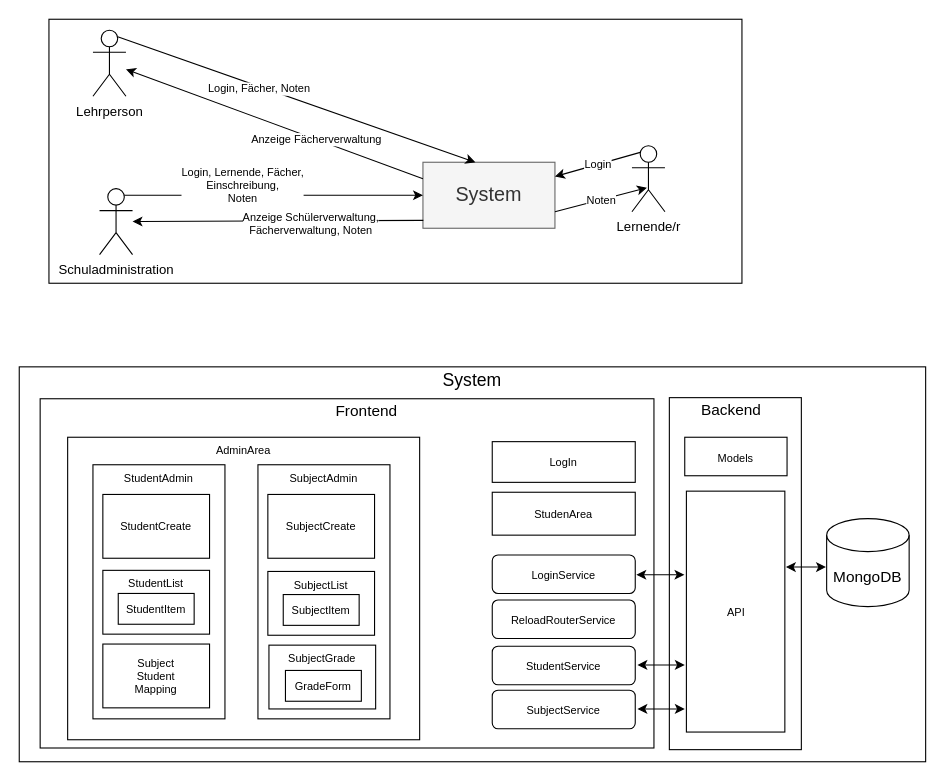
Before: Diagrams/arch_diagramme.drawio in GutManuel85/WEBLAB, a draw.io diagram. Source tidied: cells renumbered, new cells numbered last; positions are measured from the earlier drawing's top-left corner, leaving out a move shared by most shapes. Both pictures are drawn from the tidied source at 110%, with x=0, y=0 at pixel (19, 19).
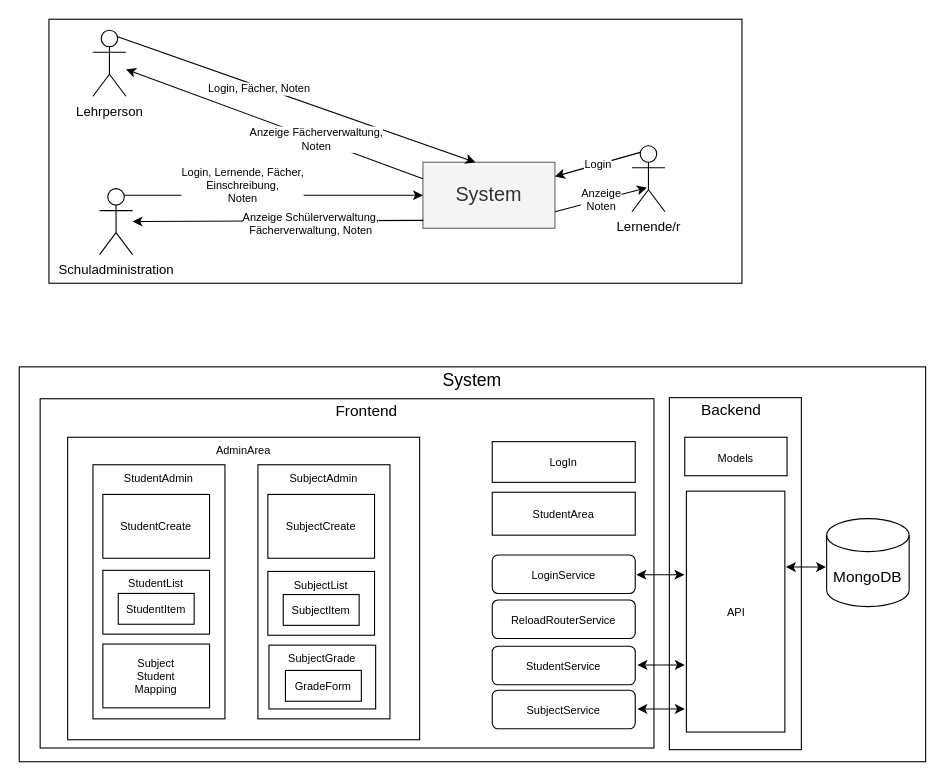
The same page after the edit.

The change refers to these unchanged cells:
```xml
<mxCell id="5" value="&lt;font style=&quot;font-size: 18px&quot;&gt;System&lt;/font&gt;" style="rounded=0;whiteSpace=wrap;html=1;fillColor=#f5f5f5;fontColor=#333333;strokeColor=#666666;" parent="1" vertex="1">
  <mxGeometry x="367" y="130" width="120" height="60" as="geometry" />
</mxCell>
<mxCell id="7" value="Lernende/r" style="shape=umlActor;verticalLabelPosition=bottom;verticalAlign=top;html=1;outlineConnect=0;" parent="1" vertex="1">
  <mxGeometry x="557" y="115" width="30" height="60" as="geometry" />
</mxCell>
<mxCell id="12" style="endArrow=classic;html=1;rounded=0;fontSize=10;exitX=0;exitY=0.25;exitDx=0;exitDy=0;" parent="1" edge="1" source="5" target="6">
  <mxGeometry relative="1" as="geometry" />
</mxCell>
```

What changed in the source:
```diff
@@
-    <mxCell id="13" value="Anzeige Fächerverwaltung" style="edgeLabel;html=1;align=center;verticalAlign=middle;fontSize=10;" parent="12" vertex="1">
+    <mxCell id="13" value="Anzeige Fächerverwaltung,&lt;br&gt;Noten" style="edgeLabel;html=1;align=center;verticalAlign=middle;fontSize=10;" parent="12" vertex="1">
       <mxGeometry x="-0.28" y="-1" relative="1" as="geometry" />
     </mxCell>
@@
-    <mxCell id="17" value="Noten" style="endArrow=classic;html=1;rounded=0;fontSize=10;exitX=1;exitY=0.75;exitDx=0;exitDy=0;entryX=0.453;entryY=0.637;entryDx=0;entryDy=0;entryPerimeter=0;" parent="1" edge="1" source="5" target="7">
+    <mxCell id="17" value="Anzeige &lt;br&gt;Noten" style="endArrow=classic;html=1;rounded=0;fontSize=10;exitX=1;exitY=0.75;exitDx=0;exitDy=0;entryX=0.453;entryY=0.637;entryDx=0;entryDy=0;entryPerimeter=0;" parent="1" edge="1" source="5" target="7">
       <mxGeometry relative="1" as="geometry" />
     </mxCell>
@@
-    <mxCell id="38" value="StudenArea" style="rounded=0;whiteSpace=wrap;html=1;fontSize=10;" parent="1" vertex="1">
+    <mxCell id="38" value="StudentArea" style="rounded=0;whiteSpace=wrap;html=1;fontSize=10;" parent="1" vertex="1">
       <mxGeometry x="430" y="430" width="130" height="39" as="geometry" />
     </mxCell>
```
